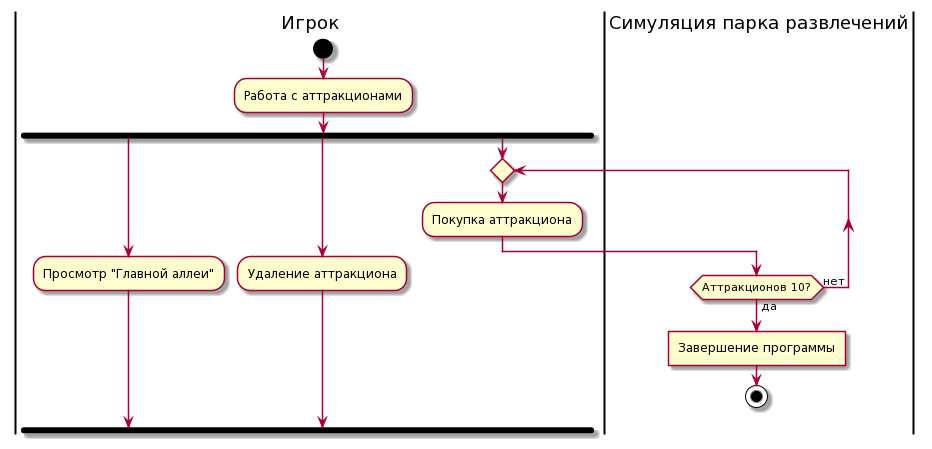
This is description/images/main-attraction-activity-diagram.png from mzhirko/amusement-park, a PlantUML export, as it was before one commit. Its diagram source:
```plantuml
@startuml
|Игрок|
start
:Работа с аттракционами;
fork
:Просмотр "Главной аллеи";
forkagain
:Удаление аттракциона;
forkagain
repeat
:Покупка аттракциона;
|Симуляция парка развлечений|
repeat while (Аттракционов 10?) is (нет) not (да)
:Завершение программы]
stop
|Игрок|
endfork
@enduml
```
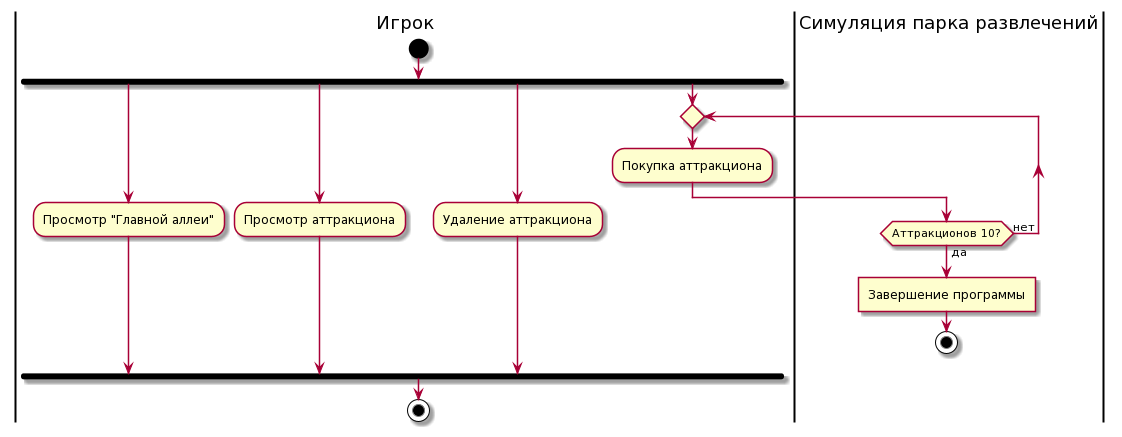
Later version of the same file.

Commit message:
correct visitor+attraction activity diagram

What changed in the source:
```diff
@@ -1,9 +1,10 @@
 @startuml
 |Игрок|
 start
-:Работа с аттракционами;
 fork
 :Просмотр "Главной аллеи";
+forkagain
+:Просмотр аттракциона;
 forkagain
 :Удаление аттракциона;
 forkagain
@@ -15,4 +16,5 @@
 stop
 |Игрок|
 endfork
+stop
 @enduml
```
